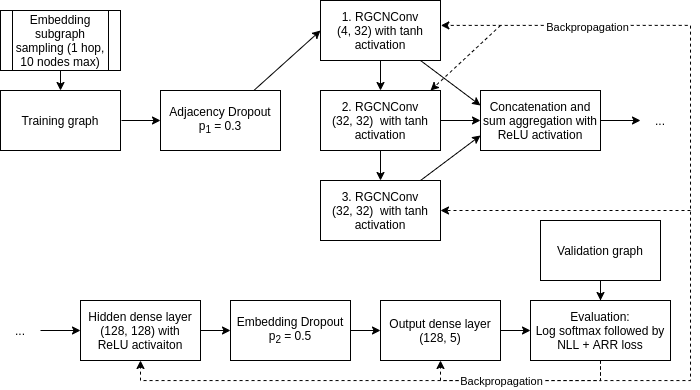
Earlier version of the draw.io export 03_igmc/igmc-architecture.png (tobiasweede/rs-via-gnn). Source tidied: cells renumbered, new cells last; positions are measured from the earlier drawing's top-left corner, leaving out a move shared by most shapes.
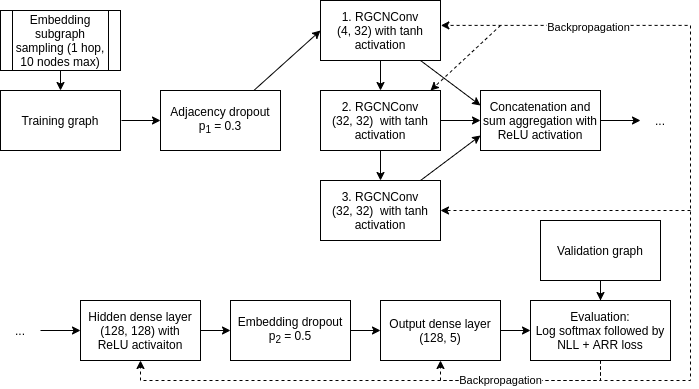
The same diagram one commit later.

The edit, as a diff of the source:
```diff
@@ -10,7 +10,7 @@
     <mxCell id="3" style="edgeStyle=none;rounded=0;jettySize=auto;html=1;entryX=0;entryY=0.5;entryDx=0;entryDy=0;" parent="1" edge="1" source="4" target="7">
       <mxGeometry relative="1" as="geometry" />
     </mxCell>
-    <mxCell id="4" value="Adjacency Dropout&lt;br&gt;p&lt;sub&gt;1&lt;/sub&gt; = 0.3" style="rounded=0;whiteSpace=wrap;html=1;" parent="1" vertex="1">
+    <mxCell id="4" value="Adjacency dropout&lt;br&gt;p&lt;sub&gt;1&lt;/sub&gt; = 0.3" style="rounded=0;whiteSpace=wrap;html=1;" parent="1" vertex="1">
       <mxGeometry x="160" y="90" width="120" height="60" as="geometry" />
     </mxCell>
     <mxCell id="5" style="edgeStyle=none;rounded=0;jettySize=auto;html=1;entryX=0.5;entryY=0;entryDx=0;entryDy=0;" parent="1" edge="1" source="7" target="13">
@@ -136,7 +136,7 @@
     <mxCell id="35" value="Hidden dense layer&lt;br&gt;(128, 128) with&lt;br&gt;ReLU activaiton" style="rounded=0;whiteSpace=wrap;html=1;" parent="1" vertex="1">
       <mxGeometry x="80" y="300" width="120" height="60" as="geometry" />
     </mxCell>
-    <mxCell id="36" value="Embedding Dropout&lt;br&gt;p&lt;sub&gt;2&lt;/sub&gt; = 0.5" style="rounded=0;whiteSpace=wrap;html=1;" parent="1" vertex="1">
+    <mxCell id="36" value="Embedding dropout&lt;br&gt;p&lt;sub&gt;2&lt;/sub&gt; = 0.5" style="rounded=0;whiteSpace=wrap;html=1;" parent="1" vertex="1">
       <mxGeometry x="230" y="300" width="120" height="60" as="geometry" />
     </mxCell>
   </root>
```
